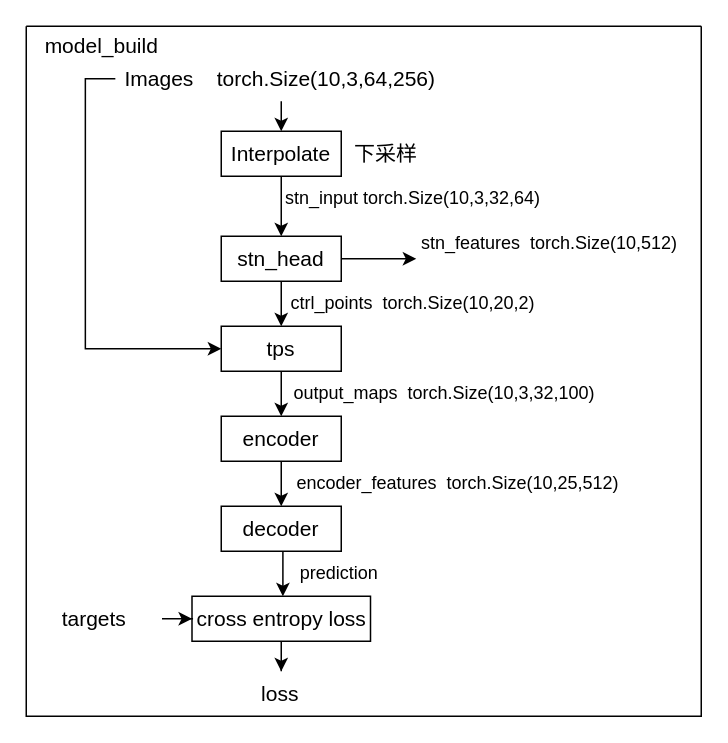
The draw.io diagram thesis_buildmodels.drawio in Dong-J93/_pictures, before the edit. Source tidied: cells renumbered, new cells numbered last; positions are measured from the earlier drawing's top-left corner, leaving out a move shared by most shapes. Both pictures are drawn from the tidied source at 150%, with x=0, y=0 at pixel (26, 26).
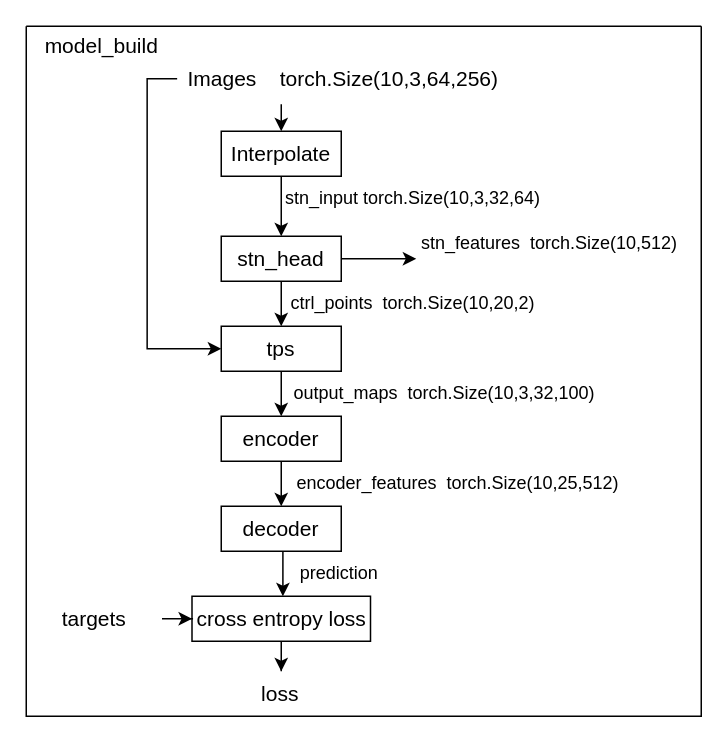
The same page after the edit.

Unchanged cells that the change refers to:
```xml
<mxCell id="6" value="&lt;font style=&quot;font-size: 14px;&quot;&gt;Interpolate&lt;/font&gt;" style="rounded=0;whiteSpace=wrap;html=1;" parent="1" vertex="1">
  <mxGeometry x="130" y="70" width="80" height="30" as="geometry" />
</mxCell>
<mxCell id="27" style="swimlane;startSize=0;" parent="1" vertex="1">
  <mxGeometry width="450" height="460" as="geometry" />
</mxCell>
```

Change to the diagram source:
```diff
@@
-    <mxCell id="2" style="edgeStyle=orthogonalEdgeStyle;rounded=0;jettySize=auto;html=1;exitX=0.5;exitY=1;exitDx=0;exitDy=0;entryX=0.5;entryY=0;entryDx=0;entryDy=0;" parent="1" edge="1" source="4" target="6">
-      <mxGeometry relative="1" as="geometry" />
+    <mxCell id="2" style="edgeStyle=orthogonalEdgeStyle;rounded=0;jettySize=auto;html=1;entryX=0.5;entryY=0;entryDx=0;entryDy=0;" parent="1" edge="1" target="6">
+      <mxGeometry relative="1" as="geometry">
+        <mxPoint x="170" y="52" as="sourcePoint" />
+        <Array as="points">
+          <mxPoint x="170" y="52" />
+        </Array>
+      </mxGeometry>
     </mxCell>
@@
-    <mxCell id="4" value="&lt;font style=&quot;font-size: 14px;&quot;&gt;Images&amp;nbsp; &amp;nbsp; torch.Size(10,3,64,256)&lt;/font&gt;" style="text;html=1;strokeColor=none;fillColor=none;align=center;verticalAlign=middle;whiteSpace=wrap;rounded=0;" parent="1" vertex="1">
-      <mxGeometry x="59.4" y="20" width="221.2" height="30" as="geometry" />
-    </mxCell>
@@
-    <mxCell id="7" value="&lt;span style=&quot;font-size: 14px;&quot;&gt;下采样&lt;/span&gt;" style="text;html=1;strokeColor=none;fillColor=none;align=center;verticalAlign=middle;whiteSpace=wrap;rounded=0;" parent="1" vertex="1">
-      <mxGeometry x="182" y="75" width="116" height="20" as="geometry" />
-    </mxCell>
@@
+    <mxCell id="4" value="&lt;font style=&quot;font-size: 14px;&quot;&gt;Images&amp;nbsp; &amp;nbsp; torch.Size(10,3,64,256)&lt;/font&gt;" style="text;html=1;strokeColor=none;fillColor=none;align=center;verticalAlign=middle;whiteSpace=wrap;rounded=0;" parent="27" vertex="1">
+      <mxGeometry x="100.6" y="20" width="221.2" height="30" as="geometry" />
+    </mxCell>
```
